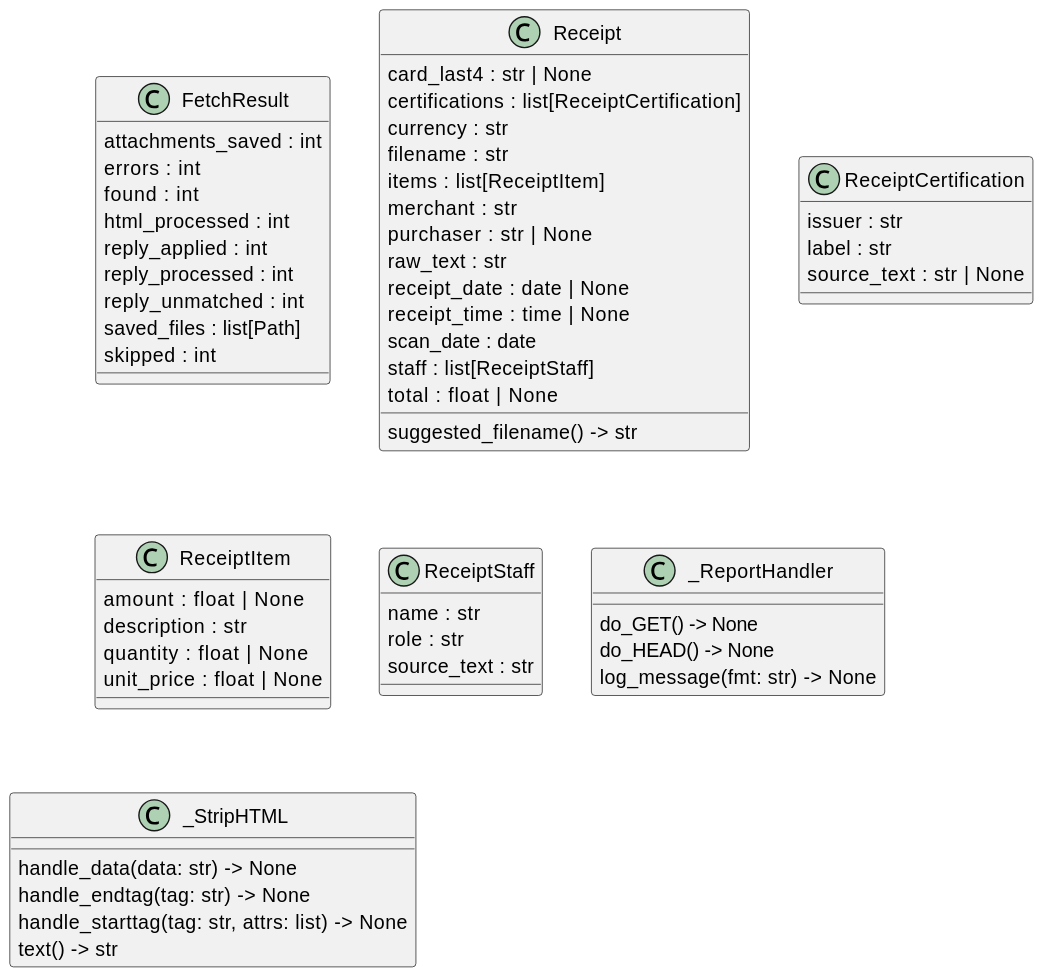
Above: docs/diagrams/python-classes.puml.svg in casonk/intake (PlantUML), before the change.
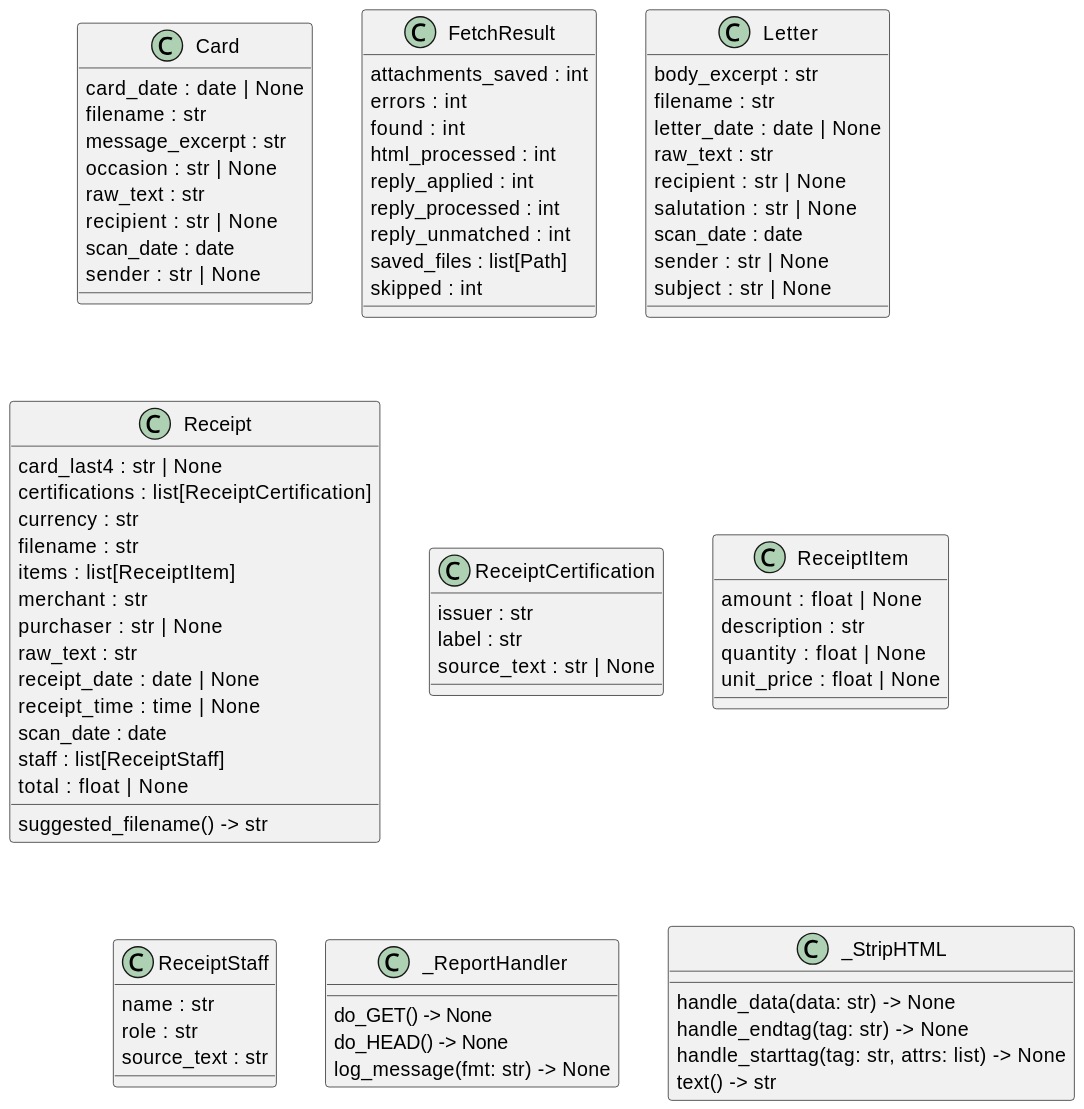
The same file after the commit.

The edit, as a diff of the source:
```diff
@@ -1,5 +1,15 @@
 @startuml
 set namespaceSeparator none
+class "Card" as intake.parse_card.Card {
+  card_date : date | None
+  filename : str
+  message_excerpt : str
+  occasion : str | None
+  raw_text : str
+  recipient : str | None
+  scan_date : date
+  sender : str | None
+}
 class "FetchResult" as intake.email.FetchResult {
   attachments_saved : int
   errors : int
@@ -10,6 +20,17 @@
   reply_unmatched : int
   saved_files : list[Path]
   skipped : int
+}
+class "Letter" as intake.parse_letter.Letter {
+  body_excerpt : str
+  filename : str
+  letter_date : date | None
+  raw_text : str
+  recipient : str | None
+  salutation : str | None
+  scan_date : date
+  sender : str | None
+  subject : str | None
 }
 class "Receipt" as intake.parse.Receipt {
   card_last4 : str | None
```
